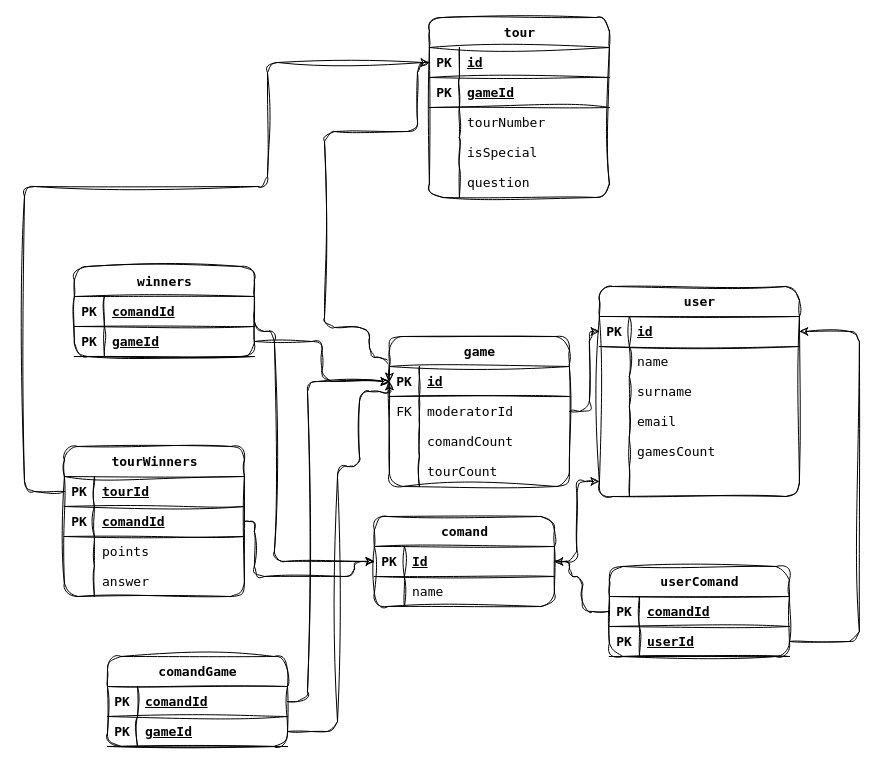
Before: page "Схема данных" (1 of 2) of data-scheme.drawio in EShendelev/all-as-one, a draw.io diagram. Source tidied: cells renumbered, new cells numbered last; positions are measured from the earlier drawing's top-left corner, leaving out a move shared by most shapes. Both pictures are drawn from the tidied source at 100%, with x=0, y=0 at pixel (24, 17).
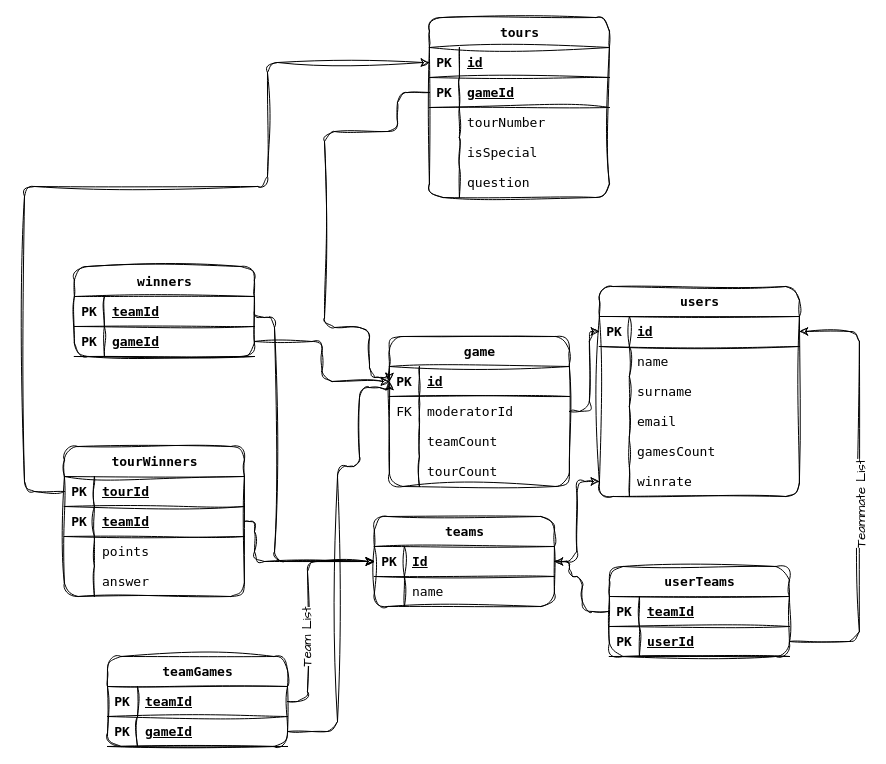
Above is the later version.

Commit message (it also covers changes not shown here):
fix database schema

Unchanged cells that the change refers to:
```xml
<mxCell id="5" style="shape=tableRow;horizontal=0;startSize=0;swimlaneHead=0;swimlaneBody=0;fillColor=none;points=[[0,0.5],[1,0.5]];portConstraint=eastwest;top=0;left=0;right=0;bottom=1;sketch=1;curveFitting=1;jiggle=2;rounded=1;fontFamily=Lucida Console;labelBorderColor=none;textShadow=0;fontSize=13;" parent="4" vertex="1">
  <mxGeometry y="30" width="180" height="30" as="geometry" />
</mxCell>
<mxCell id="11" style="shape=tableRow;horizontal=0;startSize=0;swimlaneHead=0;swimlaneBody=0;fillColor=none;top=0;left=0;right=0;bottom=0;sketch=1;curveFitting=1;jiggle=2;rounded=1;fontFamily=Lucida Console;labelBorderColor=none;textShadow=0;fontSize=13;" parent="4" vertex="1">
  <mxGeometry y="90" width="180" height="30" as="geometry" />
</mxCell>
<mxCell id="18" style="shape=tableRow;horizontal=0;startSize=0;swimlaneHead=0;swimlaneBody=0;fillColor=none;points=[[0,0.5],[1,0.5]];portConstraint=eastwest;top=0;left=0;right=0;bottom=1;sketch=1;curveFitting=1;jiggle=2;rounded=1;fontFamily=Lucida Console;labelBorderColor=none;textShadow=0;fontSize=13;" parent="17" vertex="1">
  <mxGeometry y="30" width="200" height="30" as="geometry" />
</mxCell>
<mxCell id="33" style="shape=tableRow;horizontal=0;startSize=0;swimlaneHead=0;swimlaneBody=0;fillColor=none;points=[[0,0.5],[1,0.5]];portConstraint=eastwest;top=0;left=0;right=0;bottom=0;sketch=1;curveFitting=1;jiggle=2;rounded=1;fontFamily=Lucida Console;labelBorderColor=none;textShadow=0;fontSize=13;" parent="17" vertex="1">
  <mxGeometry y="180" width="200" height="30" as="geometry" />
</mxCell>
<mxCell id="37" style="shape=tableRow;horizontal=0;startSize=0;swimlaneHead=0;swimlaneBody=0;fillColor=none;points=[[0,0.5],[1,0.5]];portConstraint=eastwest;top=0;left=0;right=0;bottom=1;sketch=1;curveFitting=1;jiggle=2;rounded=1;fontFamily=Lucida Console;labelBorderColor=none;textShadow=0;fontSize=13;" parent="36" vertex="1">
  <mxGeometry y="30" width="180" height="30" as="geometry" />
</mxCell>
<mxCell id="40" style="shape=tableRow;horizontal=0;startSize=0;swimlaneHead=0;swimlaneBody=0;fillColor=none;points=[[0,0.5],[1,0.5]];portConstraint=eastwest;top=0;left=0;right=0;bottom=1;sketch=1;curveFitting=1;jiggle=2;rounded=1;fontFamily=Lucida Console;labelBorderColor=none;textShadow=0;fontSize=13;" parent="36" vertex="1">
  <mxGeometry y="60" width="180" height="30" as="geometry" />
</mxCell>
<mxCell id="53" style="shape=tableRow;horizontal=0;startSize=0;swimlaneHead=0;swimlaneBody=0;fillColor=none;points=[[0,0.5],[1,0.5]];portConstraint=eastwest;top=0;left=0;right=0;bottom=1;sketch=1;curveFitting=1;jiggle=2;rounded=1;fontFamily=Lucida Console;labelBorderColor=none;textShadow=0;fontSize=13;" parent="52" vertex="1">
  <mxGeometry y="30" width="180" height="30" as="geometry" />
</mxCell>
<mxCell id="62" style="shape=tableRow;horizontal=0;startSize=0;swimlaneHead=0;swimlaneBody=0;fillColor=none;points=[[0,0.5],[1,0.5]];portConstraint=eastwest;top=0;left=0;right=0;bottom=1;sketch=1;curveFitting=1;jiggle=2;rounded=1;fontFamily=Lucida Console;labelBorderColor=none;textShadow=0;fontSize=13;" parent="61" vertex="1">
  <mxGeometry y="30" width="180" height="30" as="geometry" />
</mxCell>
<mxCell id="74" style="shape=tableRow;horizontal=0;startSize=0;swimlaneHead=0;swimlaneBody=0;fillColor=none;points=[[0,0.5],[1,0.5]];portConstraint=eastwest;top=0;left=0;right=0;bottom=1;sketch=1;curveFitting=1;jiggle=2;rounded=1;fontFamily=Lucida Console;labelBorderColor=none;textShadow=0;fontSize=13;" parent="70" vertex="1">
  <mxGeometry y="60" width="180" height="30" as="geometry" />
</mxCell>
<mxCell id="86" style="shape=tableRow;horizontal=0;startSize=0;swimlaneHead=0;swimlaneBody=0;fillColor=none;points=[[0,0.5],[1,0.5]];portConstraint=eastwest;top=0;left=0;right=0;bottom=1;sketch=1;curveFitting=1;jiggle=2;rounded=1;fontFamily=Lucida Console;labelBorderColor=none;textShadow=0;fontSize=13;" parent="85" vertex="1">
  <mxGeometry y="30" width="180" height="30" as="geometry" />
</mxCell>
<mxCell id="89" style="shape=tableRow;horizontal=0;startSize=0;swimlaneHead=0;swimlaneBody=0;fillColor=none;points=[[0,0.5],[1,0.5]];portConstraint=eastwest;top=0;left=0;right=0;bottom=1;sketch=1;curveFitting=1;jiggle=2;rounded=1;fontFamily=Lucida Console;labelBorderColor=none;textShadow=0;fontSize=13;" parent="85" vertex="1">
  <mxGeometry y="60" width="180" height="30" as="geometry" />
</mxCell>
<mxCell id="95" style="shape=tableRow;horizontal=0;startSize=0;swimlaneHead=0;swimlaneBody=0;fillColor=none;points=[[0,0.5],[1,0.5]];portConstraint=eastwest;top=0;left=0;right=0;bottom=1;sketch=1;curveFitting=1;jiggle=2;rounded=1;fontFamily=Lucida Console;labelBorderColor=none;textShadow=0;fontSize=13;" parent="94" vertex="1">
  <mxGeometry y="30" width="180" height="30" as="geometry" />
</mxCell>
<mxCell id="98" style="shape=tableRow;horizontal=0;startSize=0;swimlaneHead=0;swimlaneBody=0;fillColor=none;points=[[0,0.5],[1,0.5]];portConstraint=eastwest;top=0;left=0;right=0;bottom=1;sketch=1;curveFitting=1;jiggle=2;rounded=1;fontFamily=Lucida Console;labelBorderColor=none;textShadow=0;fontSize=13;" parent="94" vertex="1">
  <mxGeometry y="60" width="180" height="30" as="geometry" />
</mxCell>
```

The edit, as a diff of the source:
```diff
@@
-    <mxCell id="3" style="edgeStyle=orthogonalEdgeStyle;rounded=1;jettySize=auto;html=1;exitX=0;exitY=0.5;exitDx=0;exitDy=0;entryX=0;entryY=0.5;entryDx=0;entryDy=0;startArrow=classic;startFill=1;endArrow=none;endFill=0;sketch=1;curveFitting=1;jiggle=2;fontFamily=Lucida Console;labelBorderColor=none;textShadow=0;fontSize=13;" parent="1" edge="1" source="5" target="37">
+    <mxCell id="3" style="edgeStyle=orthogonalEdgeStyle;rounded=1;jettySize=auto;html=1;exitX=0;exitY=0.5;exitDx=0;exitDy=0;entryX=0;entryY=0.5;entryDx=0;entryDy=0;startArrow=classic;startFill=1;endArrow=none;endFill=0;sketch=1;curveFitting=1;jiggle=2;fontFamily=Lucida Console;labelBorderColor=none;textShadow=0;fontSize=13;" parent="1" edge="1" source="5" target="40">
       <mxGeometry relative="1" as="geometry">
         <Array as="points">
-          <mxPoint x="365" y="340" />
-          <mxPoint x="345" y="340" />
+          <mxPoint x="365" y="360" />
+          <mxPoint x="345" y="360" />
           <mxPoint x="345" y="310" />
           <mxPoint x="300" y="310" />
           <mxPoint x="300" y="114" />
-          <mxPoint x="393" y="114" />
-          <mxPoint x="393" y="45" />
+          <mxPoint x="373" y="114" />
+          <mxPoint x="373" y="75" />
         </Array>
       </mxGeometry>
     </mxCell>
@@
-    <mxCell id="13" value="comandCount" style="shape=partialRectangle;fillColor=none;top=0;left=0;bottom=0;right=0;align=left;spacingLeft=6;overflow=hidden;whiteSpace=wrap;html=1;sketch=1;curveFitting=1;jiggle=2;rounded=1;fontFamily=Lucida Console;labelBorderColor=none;textShadow=0;fontSize=13;" parent="11" vertex="1">
+    <mxCell id="13" value="teamCount" style="shape=partialRectangle;fillColor=none;top=0;left=0;bottom=0;right=0;align=left;spacingLeft=6;overflow=hidden;whiteSpace=wrap;html=1;sketch=1;curveFitting=1;jiggle=2;rounded=1;fontFamily=Lucida Console;labelBorderColor=none;textShadow=0;fontSize=13;" parent="11" vertex="1">
       <mxGeometry x="30" width="150" height="30" as="geometry" />
     </mxCell>
@@
-    <mxCell id="17" value="user" style="shape=table;startSize=30;childLayout=tableLayout;rowLines=0;fontStyle=1;align=center;html=1;sketch=1;curveFitting=1;jiggle=2;rounded=1;fontFamily=Lucida Console;labelBorderColor=none;textShadow=0;fontSize=13;" parent="1" vertex="1">
+    <mxCell id="17" value="users" style="shape=table;startSize=30;childLayout=tableLayout;rowLines=0;fontStyle=1;align=center;html=1;sketch=1;curveFitting=1;jiggle=2;rounded=1;fontFamily=Lucida Console;labelBorderColor=none;textShadow=0;fontSize=13;" parent="1" vertex="1">
       <mxGeometry x="574.9" y="269" width="200" height="210" as="geometry" />
     </mxCell>
@@
-    <mxCell id="35" style="shape=partialRectangle;fillColor=none;top=0;left=0;bottom=0;right=0;align=left;spacingLeft=6;overflow=hidden;whiteSpace=wrap;html=1;sketch=1;curveFitting=1;jiggle=2;rounded=1;fontFamily=Lucida Console;labelBorderColor=none;textShadow=0;fontSize=13;" parent="33" vertex="1">
+    <mxCell id="35" value="winrate" style="shape=partialRectangle;fillColor=none;top=0;left=0;bottom=0;right=0;align=left;spacingLeft=6;overflow=hidden;whiteSpace=wrap;html=1;sketch=1;curveFitting=1;jiggle=2;rounded=1;fontFamily=Lucida Console;labelBorderColor=none;textShadow=0;fontSize=13;" parent="33" vertex="1">
       <mxGeometry x="30" width="170" height="30" as="geometry" />
     </mxCell>
-    <mxCell id="36" value="tour" style="shape=table;startSize=30;childLayout=tableLayout;rowLines=0;fontStyle=1;align=center;html=1;sketch=1;curveFitting=1;jiggle=2;rounded=1;fontFamily=Lucida Console;labelBorderColor=none;textShadow=0;fontSize=13;" parent="1" vertex="1">
+    <mxCell id="36" value="tours" style="shape=table;startSize=30;childLayout=tableLayout;rowLines=0;fontStyle=1;align=center;html=1;sketch=1;curveFitting=1;jiggle=2;rounded=1;fontFamily=Lucida Console;labelBorderColor=none;textShadow=0;fontSize=13;" parent="1" vertex="1">
       <mxGeometry x="404.9" width="180" height="180" as="geometry" />
     </mxCell>
@@
-    <mxCell id="52" value="comand" style="shape=table;startSize=30;childLayout=tableLayout;rowLines=0;fontStyle=1;align=center;html=1;sketch=1;curveFitting=1;jiggle=2;rounded=1;fontFamily=Lucida Console;labelBorderColor=none;textShadow=0;fontSize=13;" parent="1" vertex="1">
+    <mxCell id="52" value="teams" style="shape=table;startSize=30;childLayout=tableLayout;rowLines=0;fontStyle=1;align=center;html=1;sketch=1;curveFitting=1;jiggle=2;rounded=1;fontFamily=Lucida Console;labelBorderColor=none;textShadow=0;fontSize=13;" parent="1" vertex="1">
       <mxGeometry x="349.9" y="499" width="180" height="90" as="geometry" />
     </mxCell>
@@
     <mxCell id="59" style="edgeStyle=orthogonalEdgeStyle;rounded=1;jettySize=auto;html=1;exitX=1;exitY=0.5;exitDx=0;exitDy=0;entryX=0;entryY=0.5;entryDx=0;entryDy=0;sketch=1;curveFitting=1;jiggle=2;fontFamily=Lucida Console;labelBorderColor=none;textShadow=0;fontSize=13;" parent="1" edge="1" source="98" target="5">
       <mxGeometry relative="1" as="geometry">
         <Array as="points">
           <mxPoint x="313" y="714" />
           <mxPoint x="313" y="449" />
           <mxPoint x="335" y="449" />
-          <mxPoint x="335" y="374" />
-          <mxPoint x="365" y="374" />
+          <mxPoint x="335" y="370" />
+          <mxPoint x="365" y="370" />
         </Array>
       </mxGeometry>
     </mxCell>
@@
-    <mxCell id="64" value="comandId" style="shape=partialRectangle;fillColor=none;top=0;left=0;bottom=0;right=0;align=left;spacingLeft=6;fontStyle=5;overflow=hidden;whiteSpace=wrap;html=1;sketch=1;curveFitting=1;jiggle=2;rounded=1;fontFamily=Lucida Console;labelBorderColor=none;textShadow=0;fontSize=13;" parent="62" vertex="1">
+    <mxCell id="64" value="teamId" style="shape=partialRectangle;fillColor=none;top=0;left=0;bottom=0;right=0;align=left;spacingLeft=6;fontStyle=5;overflow=hidden;whiteSpace=wrap;html=1;sketch=1;curveFitting=1;jiggle=2;rounded=1;fontFamily=Lucida Console;labelBorderColor=none;textShadow=0;fontSize=13;" parent="62" vertex="1">
       <mxGeometry x="30" width="150" height="30" as="geometry" />
     </mxCell>
@@
     <mxCell id="68" style="edgeStyle=orthogonalEdgeStyle;rounded=1;sketch=1;hachureGap=4;jiggle=2;curveFitting=1;jettySize=auto;html=1;exitX=1;exitY=0.5;exitDx=0;exitDy=0;fontFamily=Architects Daughter;entryX=0;entryY=0.5;entryDx=0;entryDy=0;" parent="1" edge="1" source="62" target="53">
       <mxGeometry relative="1" as="geometry">
         <Array as="points">
-          <mxPoint x="249.9" y="314" />
-          <mxPoint x="249.9" y="544" />
+          <mxPoint x="230" y="300" />
+          <mxPoint x="250" y="300" />
+          <mxPoint x="250" y="544" />
         </Array>
       </mxGeometry>
     </mxCell>
@@
-    <mxCell id="76" value="comandId" style="shape=partialRectangle;fillColor=none;top=0;left=0;bottom=0;right=0;align=left;spacingLeft=6;fontStyle=5;overflow=hidden;whiteSpace=wrap;html=1;sketch=1;curveFitting=1;jiggle=2;rounded=1;fontFamily=Lucida Console;labelBorderColor=none;textShadow=0;fontSize=13;" parent="74" vertex="1">
+    <mxCell id="76" value="teamId" style="shape=partialRectangle;fillColor=none;top=0;left=0;bottom=0;right=0;align=left;spacingLeft=6;fontStyle=5;overflow=hidden;whiteSpace=wrap;html=1;sketch=1;curveFitting=1;jiggle=2;rounded=1;fontFamily=Lucida Console;labelBorderColor=none;textShadow=0;fontSize=13;" parent="74" vertex="1">
       <mxGeometry x="30" width="150" height="30" as="geometry" />
     </mxCell>
@@
     <mxCell id="83" style="edgeStyle=orthogonalEdgeStyle;rounded=1;sketch=1;hachureGap=4;jiggle=2;curveFitting=1;jettySize=auto;html=1;exitX=1;exitY=0.5;exitDx=0;exitDy=0;entryX=0;entryY=0.5;entryDx=0;entryDy=0;fontFamily=Architects Daughter;curved=0;" parent="1" edge="1" source="74" target="53">
       <mxGeometry relative="1" as="geometry">
         <Array as="points">
-          <mxPoint x="229.9" y="504" />
-          <mxPoint x="229.9" y="559" />
-          <mxPoint x="329.9" y="559" />
-          <mxPoint x="329.9" y="544" />
+          <mxPoint x="230" y="504" />
+          <mxPoint x="230" y="544" />
         </Array>
       </mxGeometry>
     </mxCell>
@@
-    <mxCell id="85" value="userComand" style="shape=table;startSize=30;childLayout=tableLayout;rowLines=0;fontStyle=1;align=center;html=1;sketch=1;curveFitting=1;jiggle=2;rounded=1;fontFamily=Lucida Console;labelBorderColor=none;textShadow=0;fontSize=13;" parent="1" vertex="1">
+    <mxCell id="85" value="userTeams" style="shape=table;startSize=30;childLayout=tableLayout;rowLines=0;fontStyle=1;align=center;html=1;sketch=1;curveFitting=1;jiggle=2;rounded=1;fontFamily=Lucida Console;labelBorderColor=none;textShadow=0;fontSize=13;" parent="1" vertex="1">
       <mxGeometry x="584.9" y="549" width="180" height="90" as="geometry" />
     </mxCell>
@@
-    <mxCell id="88" value="comandId" style="shape=partialRectangle;fillColor=none;top=0;left=0;bottom=0;right=0;align=left;spacingLeft=6;fontStyle=5;overflow=hidden;whiteSpace=wrap;html=1;sketch=1;curveFitting=1;jiggle=2;rounded=1;fontFamily=Lucida Console;labelBorderColor=none;textShadow=0;fontSize=13;" parent="86" vertex="1">
+    <mxCell id="88" value="teamId" style="shape=partialRectangle;fillColor=none;top=0;left=0;bottom=0;right=0;align=left;spacingLeft=6;fontStyle=5;overflow=hidden;whiteSpace=wrap;html=1;sketch=1;curveFitting=1;jiggle=2;rounded=1;fontFamily=Lucida Console;labelBorderColor=none;textShadow=0;fontSize=13;" parent="86" vertex="1">
       <mxGeometry x="30" width="150" height="30" as="geometry" />
     </mxCell>
@@
-    <mxCell id="93" style="edgeStyle=orthogonalEdgeStyle;rounded=1;sketch=1;hachureGap=4;jiggle=2;curveFitting=1;jettySize=auto;html=1;exitX=1;exitY=0.5;exitDx=0;exitDy=0;entryX=1;entryY=0.5;entryDx=0;entryDy=0;fontFamily=Architects Daughter;curved=0;" parent="1" edge="1" source="89" target="18">
+    <mxCell id="93" style="edgeStyle=orthogonalEdgeStyle;rounded=1;sketch=1;hachureGap=4;jiggle=2;curveFitting=1;jettySize=auto;html=1;exitX=1;exitY=0.5;exitDx=0;exitDy=0;entryX=1;entryY=0.5;entryDx=0;entryDy=0;fontFamily=Architects Daughter;curved=0;fontSize=13;" parent="1" edge="1" source="89" target="18">
       <mxGeometry relative="1" as="geometry">
         <Array as="points">
           <mxPoint x="834.9" y="624" />
           <mxPoint x="834.9" y="314" />
         </Array>
       </mxGeometry>
     </mxCell>
+    <mxCell id="102" value="Teammate List" style="edgeLabel;html=1;align=center;verticalAlign=middle;sketch=1;hachureGap=4;jiggle=2;curveFitting=1;fontFamily=Architects Daughter;fontSize=13;horizontal=0;" parent="93" vertex="1">
+      <mxGeometry x="-0.06" y="-1" relative="1" as="geometry" />
+    </mxCell>
-    <mxCell id="94" value="comandGame" style="shape=table;startSize=30;childLayout=tableLayout;rowLines=0;fontStyle=1;align=center;html=1;sketch=1;curveFitting=1;jiggle=2;rounded=1;fontFamily=Lucida Console;labelBorderColor=none;textShadow=0;fontSize=13;" parent="1" vertex="1">
+    <mxCell id="94" value="teamGames" style="shape=table;startSize=30;childLayout=tableLayout;rowLines=0;fontStyle=1;align=center;html=1;sketch=1;curveFitting=1;jiggle=2;rounded=1;fontFamily=Lucida Console;labelBorderColor=none;textShadow=0;fontSize=13;" parent="1" vertex="1">
       <mxGeometry x="83" y="639" width="180" height="90" as="geometry" />
     </mxCell>
@@
-    <mxCell id="97" value="comandId" style="shape=partialRectangle;fillColor=none;top=0;left=0;bottom=0;right=0;align=left;spacingLeft=6;fontStyle=5;overflow=hidden;whiteSpace=wrap;html=1;sketch=1;curveFitting=1;jiggle=2;rounded=1;fontFamily=Lucida Console;labelBorderColor=none;textShadow=0;fontSize=13;" parent="95" vertex="1">
+    <mxCell id="97" value="teamId" style="shape=partialRectangle;fillColor=none;top=0;left=0;bottom=0;right=0;align=left;spacingLeft=6;fontStyle=5;overflow=hidden;whiteSpace=wrap;html=1;sketch=1;curveFitting=1;jiggle=2;rounded=1;fontFamily=Lucida Console;labelBorderColor=none;textShadow=0;fontSize=13;" parent="95" vertex="1">
       <mxGeometry x="30" width="150" height="30" as="geometry" />
     </mxCell>
@@
-    <mxCell id="101" style="edgeStyle=orthogonalEdgeStyle;rounded=1;sketch=1;hachureGap=4;jiggle=2;curveFitting=1;jettySize=auto;html=1;exitX=1;exitY=0.5;exitDx=0;exitDy=0;entryX=0;entryY=0.5;entryDx=0;entryDy=0;fontFamily=Lucida Console;fontSize=13;fontColor=default;fontStyle=1;labelBorderColor=none;curved=0;" parent="1" edge="1" source="95" target="5">
+    <mxCell id="101" style="edgeStyle=orthogonalEdgeStyle;rounded=1;sketch=1;hachureGap=4;jiggle=2;curveFitting=1;jettySize=auto;html=1;exitX=1;exitY=0.5;exitDx=0;exitDy=0;fontFamily=Lucida Console;fontSize=13;fontColor=default;fontStyle=1;labelBorderColor=none;curved=0;entryX=0;entryY=0.5;entryDx=0;entryDy=0;" parent="1" edge="1" source="95" target="53">
       <mxGeometry relative="1" as="geometry">
         <Array as="points">
           <mxPoint x="283" y="684" />
-          <mxPoint x="283" y="364" />
+          <mxPoint x="283" y="544" />
         </Array>
       </mxGeometry>
     </mxCell>
+    <mxCell id="103" value="Team List" style="edgeLabel;html=1;align=center;verticalAlign=middle;sketch=1;hachureGap=4;jiggle=2;curveFitting=1;fontFamily=Architects Daughter;horizontal=0;fontSize=13;" parent="101" vertex="1">
+      <mxGeometry x="-0.61" y="1" relative="1" as="geometry">
+        <mxPoint y="-39" as="offset" />
+      </mxGeometry>
+    </mxCell>
```
